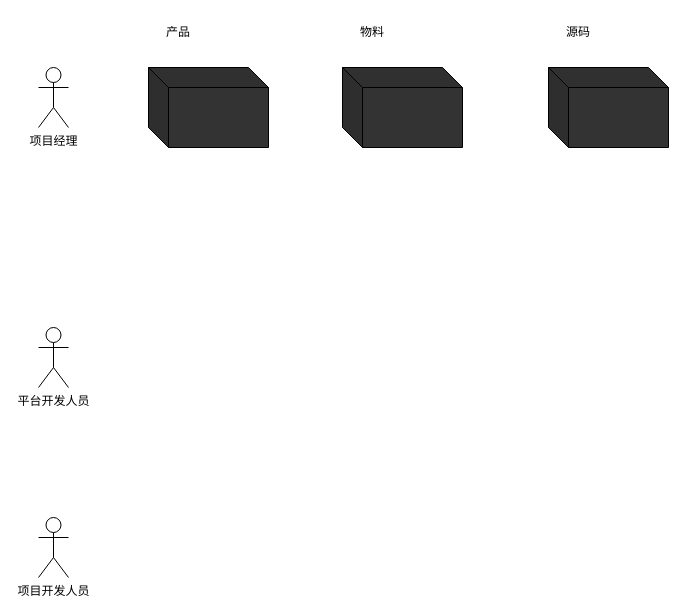
This is 低代码—盒子.drawio from tangyaosimida/love, a draw.io file, before an edit. Source tidied: cells renumbered, new cells numbered last; positions are measured from the earlier drawing's top-left corner, leaving out a move shared by most shapes. Both pictures are drawn from the tidied source at 100%, with x=0, y=0 at pixel (38, 17).
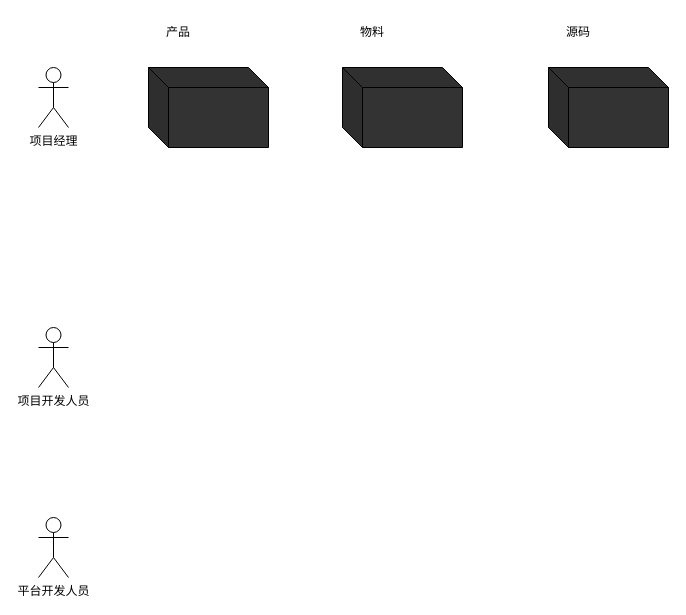
After the change.

Commit message (it also covers changes not shown here):
更新低代码—盒子.drawio

The edit, as a diff of the source:
```diff
@@
 <mxGraphModel>
   <root>
     <mxCell id="0" />
     <mxCell id="1" parent="0" />
     <mxCell id="2" value="项目经理" style="shape=umlActor;verticalLabelPosition=bottom;verticalAlign=top;html=1;" parent="1" vertex="1">
       <mxGeometry y="50" width="30" height="60" as="geometry" />
     </mxCell>
-    <mxCell id="3" value="平台开发人员" style="shape=umlActor;verticalLabelPosition=bottom;verticalAlign=top;html=1;" parent="1" vertex="1">
+    <mxCell id="3" value="项目开发人员" style="shape=umlActor;verticalLabelPosition=bottom;verticalAlign=top;html=1;" parent="1" vertex="1">
       <mxGeometry y="310" width="30" height="60" as="geometry" />
     </mxCell>
-    <mxCell id="4" value="项目开发人员" style="shape=umlActor;verticalLabelPosition=bottom;verticalAlign=top;html=1;" parent="1" vertex="1">
+    <mxCell id="4" value="平台开发人员" style="shape=umlActor;verticalLabelPosition=bottom;verticalAlign=top;html=1;" parent="1" vertex="1">
       <mxGeometry y="500" width="30" height="60" as="geometry" />
     </mxCell>
     <mxCell id="5" style="shape=cube;whiteSpace=wrap;html=1;boundedLbl=1;backgroundOutline=1;darkOpacity=0.05;darkOpacity2=0.1;fillColor=#333333;" parent="1" vertex="1">
       <mxGeometry x="110" y="50" width="120" height="80" as="geometry" />
     </mxCell>
     <mxCell id="6" style="shape=cube;whiteSpace=wrap;html=1;boundedLbl=1;backgroundOutline=1;darkOpacity=0.05;darkOpacity2=0.1;fillColor=#333333;" parent="1" vertex="1">
       <mxGeometry x="510" y="50" width="120" height="80" as="geometry" />
     </mxCell>
     <mxCell id="7" style="shape=cube;whiteSpace=wrap;html=1;boundedLbl=1;backgroundOutline=1;darkOpacity=0.05;darkOpacity2=0.1;fillColor=#333333;" parent="1" vertex="1">
       <mxGeometry x="304" y="50" width="120" height="80" as="geometry" />
     </mxCell>
     <mxCell id="8" value="产品" style="text;html=1;align=center;verticalAlign=middle;whiteSpace=wrap;rounded=0;" parent="1" vertex="1">
       <mxGeometry x="110" width="60" height="30" as="geometry" />
     </mxCell>
     <mxCell id="9" value="物料" style="text;html=1;align=center;verticalAlign=middle;whiteSpace=wrap;rounded=0;" parent="1" vertex="1">
       <mxGeometry x="304" width="60" height="30" as="geometry" />
     </mxCell>
     <mxCell id="10" value="源码" style="text;html=1;align=center;verticalAlign=middle;whiteSpace=wrap;rounded=0;" parent="1" vertex="1">
       <mxGeometry x="510" width="60" height="30" as="geometry" />
     </mxCell>
   </root>
 </mxGraphModel>
```
